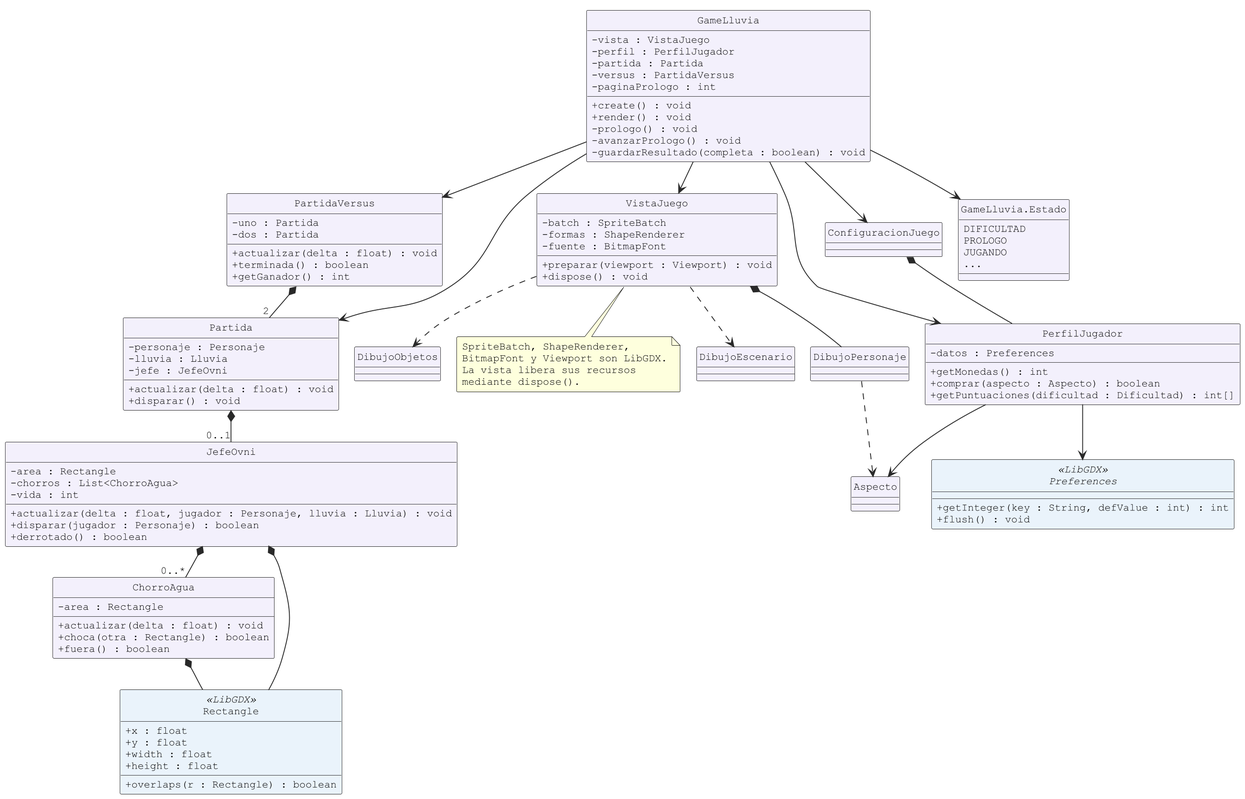
maverick1006/Proyecto-Game-LLuvia- keeps this PlantUML diagram as docs/uml/06-sistemas.png. Above is the earlier version.
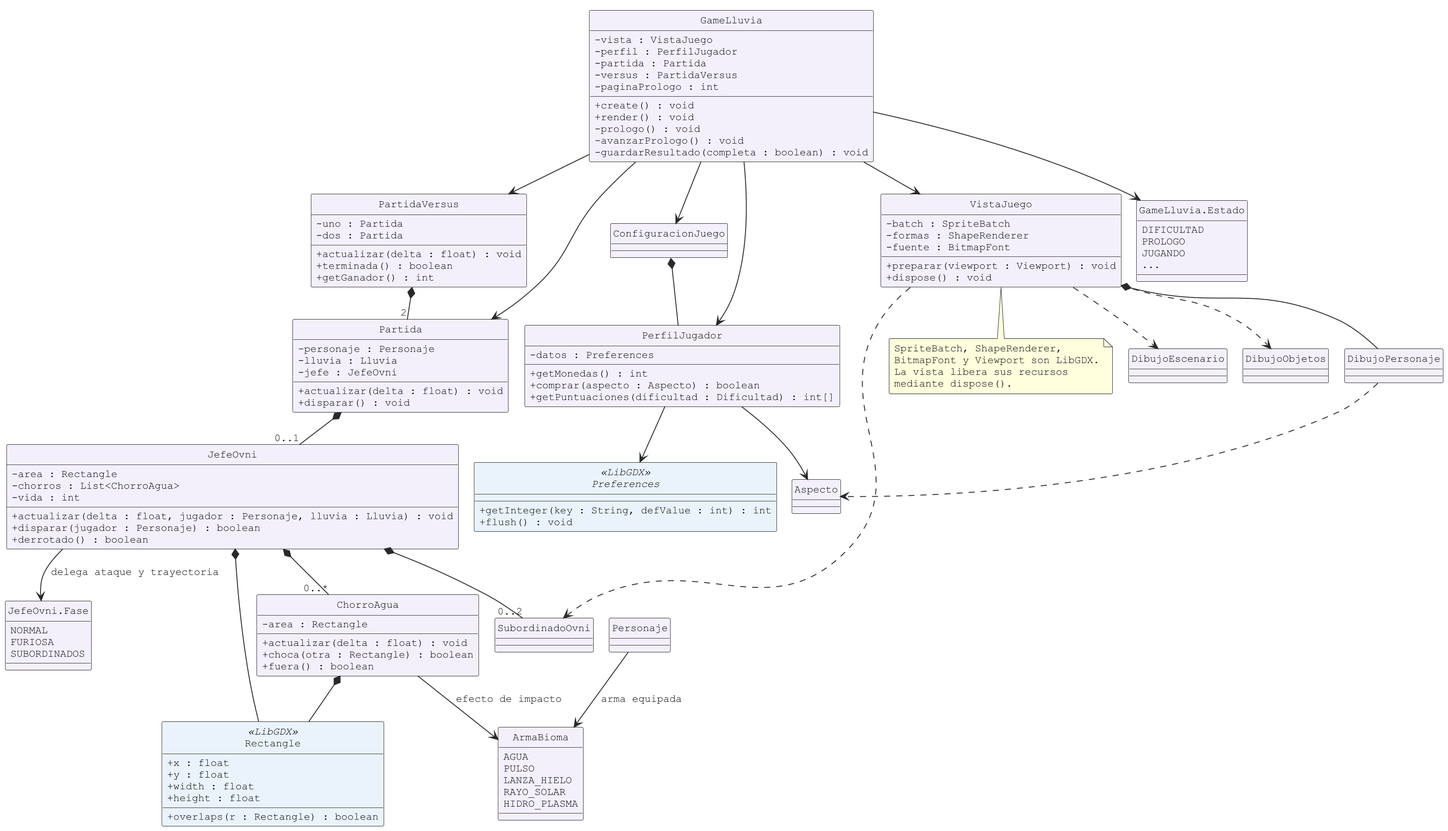
After the commit.

The edit, as a diff of the source:
```diff
@@ -114,4 +114,23 @@
 VistaJuego ..> DibujoEscenario
 VistaJuego ..> DibujoObjetos
 DibujoPersonaje ..> Aspecto
+
+enum ArmaBioma {
+ AGUA
+ PULSO
+ LANZA_HIELO
+ RAYO_SOLAR
+ HIDRO_PLASMA
+}
+class SubordinadoOvni
+enum "JefeOvni.Fase" as FaseOvni {
+ NORMAL
+ FURIOSA
+ SUBORDINADOS
+}
+JefeOvni --> FaseOvni : delega ataque y trayectoria
+JefeOvni *-- "0..2" SubordinadoOvni
+ChorroAgua --> ArmaBioma : efecto de impacto
+Personaje --> ArmaBioma : arma equipada
+VistaJuego ..> SubordinadoOvni
 @enduml
```
